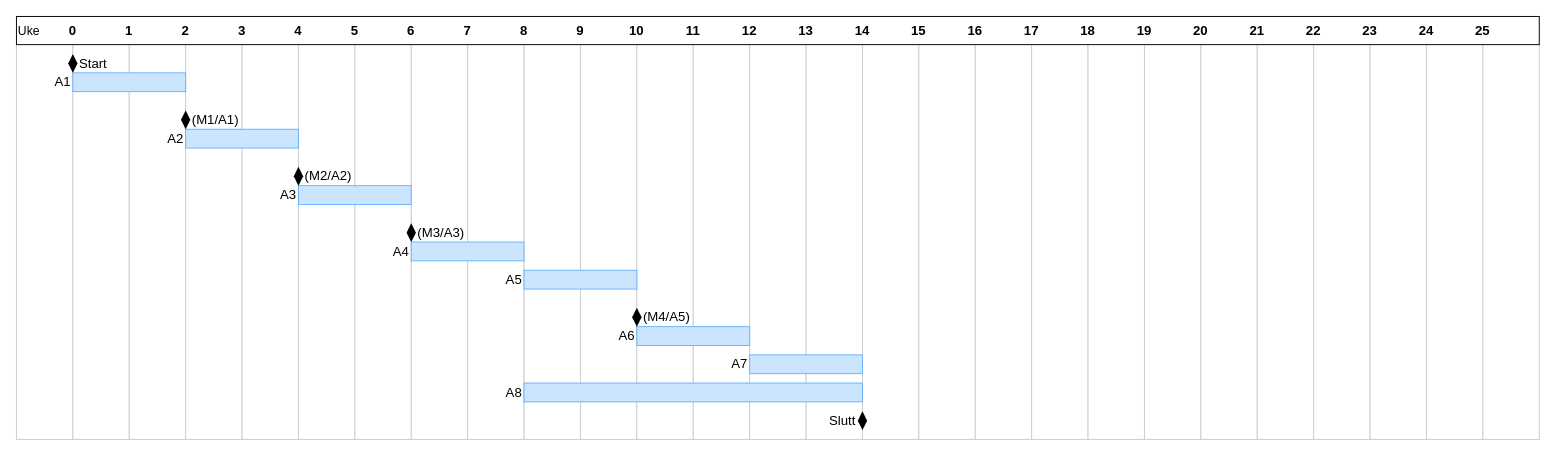
This is Untitled Diagram.drawio from Beornus/Systemutvikling, a draw.io file, before an edit. Source tidied: cells renumbered, new cells numbered last; positions are measured from the earlier drawing's top-left corner, leaving out a move shared by most shapes. Both pictures are drawn from the tidied source at 94%, with x=0, y=0 at pixel (16, 16).
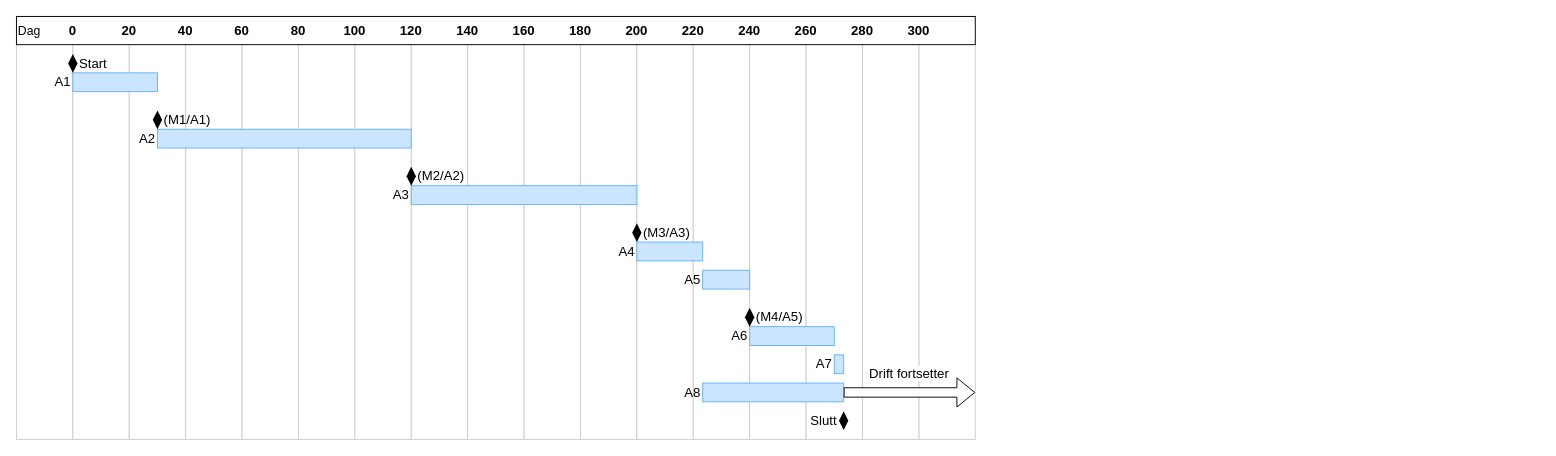
The same page after the edit.

What changed in the source:
```diff
@@
+    <mxCell id="26" style="align=left;strokeColor=#CCCCCC;html=1;" parent="1" vertex="1">
+      <mxGeometry x="960" width="60" height="450" as="geometry" />
+    </mxCell>
@@
     <mxCell id="14" style="rounded=0;whiteSpace=wrap;html=1;fontSize=14;strokeColor=#66B2FF;fillColor=#CCE5FF;" parent="1" vertex="1">
-      <mxGeometry x="60" y="60" width="120" height="20" as="geometry" />
+      <mxGeometry x="60" y="60" width="90" height="20" as="geometry" />
     </mxCell>
@@
     <mxCell id="18" style="rounded=0;whiteSpace=wrap;html=1;fontSize=14;strokeColor=#66B2FF;fillColor=#CCE5FF;" parent="1" vertex="1">
-      <mxGeometry x="180" y="120" width="120" height="20" as="geometry" />
+      <mxGeometry x="150" y="120" width="270" height="20" as="geometry" />
     </mxCell>
     <mxCell id="19" value="(M1/A1)" style="text;html=1;strokeColor=none;fillColor=none;align=left;verticalAlign=middle;whiteSpace=wrap;rounded=0;fontSize=14;" parent="1" vertex="1">
-      <mxGeometry x="185" y="100" width="40" height="20" as="geometry" />
+      <mxGeometry x="155" y="100" width="40" height="20" as="geometry" />
     </mxCell>
     <mxCell id="20" style="rhombus;whiteSpace=wrap;html=1;fontSize=14;fillColor=#000000;strokeColor=none;" parent="1" vertex="1">
-      <mxGeometry x="175" y="100" width="10" height="20" as="geometry" />
+      <mxGeometry x="145" y="100" width="10" height="20" as="geometry" />
     </mxCell>
     <mxCell id="21" value="A2" style="text;html=1;strokeColor=none;fillColor=none;align=right;verticalAlign=middle;whiteSpace=wrap;rounded=0;fontSize=14;" parent="1" vertex="1">
-      <mxGeometry x="140" y="120" width="40" height="20" as="geometry" />
+      <mxGeometry x="110" y="120" width="40" height="20" as="geometry" />
     </mxCell>
@@
-    <mxCell id="26" style="align=left;strokeColor=#CCCCCC;html=1;" parent="1" vertex="1">
-      <mxGeometry x="960" width="60" height="450" as="geometry" />
-    </mxCell>
-    <mxCell id="27" style="align=left;strokeColor=#CCCCCC;html=1;" parent="1" vertex="1">
-      <mxGeometry x="1020" width="60" height="450" as="geometry" />
-    </mxCell>
-    <mxCell id="28" style="align=left;strokeColor=#CCCCCC;html=1;" parent="1" vertex="1">
-      <mxGeometry x="1080" width="60" height="450" as="geometry" />
-    </mxCell>
-    <mxCell id="29" style="align=left;strokeColor=#CCCCCC;html=1;" parent="1" vertex="1">
-      <mxGeometry x="1140" width="60" height="450" as="geometry" />
-    </mxCell>
-    <mxCell id="30" style="align=left;strokeColor=#CCCCCC;html=1;" parent="1" vertex="1">
-      <mxGeometry x="1200" width="60" height="450" as="geometry" />
-    </mxCell>
-    <mxCell id="31" style="align=left;strokeColor=#CCCCCC;html=1;" parent="1" vertex="1">
-      <mxGeometry x="1260" width="60" height="450" as="geometry" />
-    </mxCell>
-    <mxCell id="32" style="align=left;strokeColor=#CCCCCC;html=1;" parent="1" vertex="1">
-      <mxGeometry x="1320" width="60" height="450" as="geometry" />
-    </mxCell>
-    <mxCell id="33" style="align=left;strokeColor=#CCCCCC;html=1;fontStyle=1;" parent="1" vertex="1">
-      <mxGeometry x="1380" width="60" height="450" as="geometry" />
-    </mxCell>
-    <mxCell id="34" style="align=left;strokeColor=#CCCCCC;html=1;fontStyle=1;" parent="1" vertex="1">
-      <mxGeometry x="1440" width="60" height="450" as="geometry" />
-    </mxCell>
-    <mxCell id="35" style="align=left;strokeColor=#CCCCCC;html=1;fontStyle=1;" parent="1" vertex="1">
-      <mxGeometry x="1500" width="60" height="450" as="geometry" />
-    </mxCell>
-    <mxCell id="36" style="align=left;strokeColor=#CCCCCC;html=1;fontStyle=1;" parent="1" vertex="1">
-      <mxGeometry x="1560" width="60" height="450" as="geometry" />
-    </mxCell>
-    <mxCell id="37" value="&lt;font style=&quot;font-size: 13px&quot;&gt;Uke&lt;/font&gt;" style="strokeWidth=1;fontStyle=0;html=1;align=left;" parent="1" vertex="1">
-      <mxGeometry width="1620" height="30" as="geometry" />
+    <mxCell id="37" value="&lt;font style=&quot;font-size: 13px&quot;&gt;Dag&lt;/font&gt;" style="strokeWidth=1;fontStyle=0;html=1;align=left;" parent="1" vertex="1">
+      <mxGeometry width="1020" height="30" as="geometry" />
     </mxCell>
@@
-    <mxCell id="39" value="1" style="text;html=1;strokeColor=none;fillColor=none;align=center;verticalAlign=middle;whiteSpace=wrap;rounded=0;fontStyle=1;fontSize=14;" parent="1" vertex="1">
+    <mxCell id="39" value="20" style="text;html=1;strokeColor=none;fillColor=none;align=center;verticalAlign=middle;whiteSpace=wrap;rounded=0;fontStyle=1;fontSize=14;" parent="1" vertex="1">
       <mxGeometry x="100" y="5" width="40" height="20" as="geometry" />
     </mxCell>
-    <mxCell id="40" value="2" style="text;html=1;strokeColor=none;fillColor=none;align=center;verticalAlign=middle;whiteSpace=wrap;rounded=0;fontStyle=1;fontSize=14;" parent="1" vertex="1">
+    <mxCell id="40" value="40" style="text;html=1;strokeColor=none;fillColor=none;align=center;verticalAlign=middle;whiteSpace=wrap;rounded=0;fontStyle=1;fontSize=14;" parent="1" vertex="1">
       <mxGeometry x="160" y="5" width="40" height="20" as="geometry" />
     </mxCell>
-    <mxCell id="41" value="3" style="text;html=1;strokeColor=none;fillColor=none;align=center;verticalAlign=middle;whiteSpace=wrap;rounded=0;fontStyle=1;fontSize=14;" parent="1" vertex="1">
+    <mxCell id="41" value="60" style="text;html=1;strokeColor=none;fillColor=none;align=center;verticalAlign=middle;whiteSpace=wrap;rounded=0;fontStyle=1;fontSize=14;" parent="1" vertex="1">
       <mxGeometry x="220" y="5" width="40" height="20" as="geometry" />
     </mxCell>
-    <mxCell id="42" value="4" style="text;html=1;strokeColor=none;fillColor=none;align=center;verticalAlign=middle;whiteSpace=wrap;rounded=0;fontStyle=1;fontSize=14;" parent="1" vertex="1">
+    <mxCell id="42" value="80" style="text;html=1;strokeColor=none;fillColor=none;align=center;verticalAlign=middle;whiteSpace=wrap;rounded=0;fontStyle=1;fontSize=14;" parent="1" vertex="1">
       <mxGeometry x="280" y="5" width="40" height="20" as="geometry" />
     </mxCell>
-    <mxCell id="43" value="5" style="text;html=1;strokeColor=none;fillColor=none;align=center;verticalAlign=middle;whiteSpace=wrap;rounded=0;fontStyle=1;fontSize=14;" parent="1" vertex="1">
+    <mxCell id="43" value="100" style="text;html=1;strokeColor=none;fillColor=none;align=center;verticalAlign=middle;whiteSpace=wrap;rounded=0;fontStyle=1;fontSize=14;" parent="1" vertex="1">
       <mxGeometry x="340" y="5" width="40" height="20" as="geometry" />
     </mxCell>
-    <mxCell id="44" value="6" style="text;html=1;strokeColor=none;fillColor=none;align=center;verticalAlign=middle;whiteSpace=wrap;rounded=0;fontStyle=1;fontSize=14;" parent="1" vertex="1">
+    <mxCell id="44" value="120" style="text;html=1;strokeColor=none;fillColor=none;align=center;verticalAlign=middle;whiteSpace=wrap;rounded=0;fontStyle=1;fontSize=14;" parent="1" vertex="1">
       <mxGeometry x="400" y="5" width="40" height="20" as="geometry" />
     </mxCell>
-    <mxCell id="45" value="7" style="text;html=1;strokeColor=none;fillColor=none;align=center;verticalAlign=middle;whiteSpace=wrap;rounded=0;fontStyle=1;fontSize=14;" parent="1" vertex="1">
+    <mxCell id="45" value="140" style="text;html=1;strokeColor=none;fillColor=none;align=center;verticalAlign=middle;whiteSpace=wrap;rounded=0;fontStyle=1;fontSize=14;" parent="1" vertex="1">
       <mxGeometry x="460" y="5" width="40" height="20" as="geometry" />
     </mxCell>
-    <mxCell id="46" value="8" style="text;html=1;strokeColor=none;fillColor=none;align=center;verticalAlign=middle;whiteSpace=wrap;rounded=0;fontStyle=1;fontSize=14;" parent="1" vertex="1">
+    <mxCell id="46" value="160" style="text;html=1;strokeColor=none;fillColor=none;align=center;verticalAlign=middle;whiteSpace=wrap;rounded=0;fontStyle=1;fontSize=14;" parent="1" vertex="1">
       <mxGeometry x="520" y="5" width="40" height="20" as="geometry" />
     </mxCell>
-    <mxCell id="47" value="9" style="text;html=1;strokeColor=none;fillColor=none;align=center;verticalAlign=middle;whiteSpace=wrap;rounded=0;fontStyle=1;fontSize=14;" parent="1" vertex="1">
+    <mxCell id="47" value="180" style="text;html=1;strokeColor=none;fillColor=none;align=center;verticalAlign=middle;whiteSpace=wrap;rounded=0;fontStyle=1;fontSize=14;" parent="1" vertex="1">
       <mxGeometry x="580" y="5" width="40" height="20" as="geometry" />
     </mxCell>
-    <mxCell id="48" value="10" style="text;html=1;strokeColor=none;fillColor=none;align=center;verticalAlign=middle;whiteSpace=wrap;rounded=0;fontStyle=1;fontSize=14;" parent="1" vertex="1">
+    <mxCell id="48" value="200" style="text;html=1;strokeColor=none;fillColor=none;align=center;verticalAlign=middle;whiteSpace=wrap;rounded=0;fontStyle=1;fontSize=14;" parent="1" vertex="1">
       <mxGeometry x="640" y="5" width="40" height="20" as="geometry" />
     </mxCell>
-    <mxCell id="49" value="11" style="text;html=1;strokeColor=none;fillColor=none;align=center;verticalAlign=middle;whiteSpace=wrap;rounded=0;fontStyle=1;fontSize=14;" parent="1" vertex="1">
+    <mxCell id="49" value="220" style="text;html=1;strokeColor=none;fillColor=none;align=center;verticalAlign=middle;whiteSpace=wrap;rounded=0;fontStyle=1;fontSize=14;" parent="1" vertex="1">
       <mxGeometry x="700" y="5" width="40" height="20" as="geometry" />
     </mxCell>
-    <mxCell id="50" value="12" style="text;html=1;strokeColor=none;fillColor=none;align=center;verticalAlign=middle;whiteSpace=wrap;rounded=0;fontStyle=1;fontSize=14;" parent="1" vertex="1">
+    <mxCell id="50" value="240" style="text;html=1;strokeColor=none;fillColor=none;align=center;verticalAlign=middle;whiteSpace=wrap;rounded=0;fontStyle=1;fontSize=14;" parent="1" vertex="1">
       <mxGeometry x="760" y="5" width="40" height="20" as="geometry" />
     </mxCell>
-    <mxCell id="51" value="13" style="text;html=1;strokeColor=none;fillColor=none;align=center;verticalAlign=middle;whiteSpace=wrap;rounded=0;fontStyle=1;fontSize=14;" parent="1" vertex="1">
+    <mxCell id="51" value="260" style="text;html=1;strokeColor=none;fillColor=none;align=center;verticalAlign=middle;whiteSpace=wrap;rounded=0;fontStyle=1;fontSize=14;" parent="1" vertex="1">
       <mxGeometry x="820" y="5" width="40" height="20" as="geometry" />
     </mxCell>
-    <mxCell id="52" value="14" style="text;html=1;strokeColor=none;fillColor=none;align=center;verticalAlign=middle;whiteSpace=wrap;rounded=0;fontStyle=1;fontSize=14;" parent="1" vertex="1">
+    <mxCell id="52" value="280" style="text;html=1;strokeColor=none;fillColor=none;align=center;verticalAlign=middle;whiteSpace=wrap;rounded=0;fontStyle=1;fontSize=14;" parent="1" vertex="1">
       <mxGeometry x="880" y="5" width="40" height="20" as="geometry" />
     </mxCell>
-    <mxCell id="53" value="15" style="text;html=1;strokeColor=none;fillColor=none;align=center;verticalAlign=middle;whiteSpace=wrap;rounded=0;fontStyle=1;fontSize=14;" parent="1" vertex="1">
-      <mxGeometry x="940" y="5" width="40" height="20" as="geometry" />
-    </mxCell>
-    <mxCell id="54" value="16" style="text;html=1;strokeColor=none;fillColor=none;align=center;verticalAlign=middle;whiteSpace=wrap;rounded=0;fontStyle=1;fontSize=14;" parent="1" vertex="1">
-      <mxGeometry x="1000" y="5" width="40" height="20" as="geometry" />
-    </mxCell>
-    <mxCell id="55" value="17" style="text;html=1;strokeColor=none;fillColor=none;align=center;verticalAlign=middle;whiteSpace=wrap;rounded=0;fontStyle=1;fontSize=14;" parent="1" vertex="1">
-      <mxGeometry x="1060" y="5" width="40" height="20" as="geometry" />
-    </mxCell>
-    <mxCell id="56" value="18" style="text;html=1;strokeColor=none;fillColor=none;align=center;verticalAlign=middle;whiteSpace=wrap;rounded=0;fontStyle=1;fontSize=14;" parent="1" vertex="1">
-      <mxGeometry x="1120" y="5" width="40" height="20" as="geometry" />
-    </mxCell>
-    <mxCell id="57" value="19" style="text;html=1;strokeColor=none;fillColor=none;align=center;verticalAlign=middle;whiteSpace=wrap;rounded=0;fontStyle=1;fontSize=14;" parent="1" vertex="1">
-      <mxGeometry x="1180" y="5" width="40" height="20" as="geometry" />
-    </mxCell>
-    <mxCell id="58" value="20" style="text;html=1;strokeColor=none;fillColor=none;align=center;verticalAlign=middle;whiteSpace=wrap;rounded=0;fontStyle=1;fontSize=14;" parent="1" vertex="1">
-      <mxGeometry x="1240" y="5" width="40" height="20" as="geometry" />
-    </mxCell>
-    <mxCell id="59" value="21" style="text;html=1;strokeColor=none;fillColor=none;align=center;verticalAlign=middle;whiteSpace=wrap;rounded=0;fontStyle=1;fontSize=14;" parent="1" vertex="1">
-      <mxGeometry x="1300" y="5" width="40" height="20" as="geometry" />
-    </mxCell>
-    <mxCell id="60" value="22" style="text;html=1;strokeColor=none;fillColor=none;align=center;verticalAlign=middle;whiteSpace=wrap;rounded=0;fontStyle=1;fontSize=14;" parent="1" vertex="1">
-      <mxGeometry x="1360" y="5" width="40" height="20" as="geometry" />
-    </mxCell>
-    <mxCell id="61" value="23" style="text;html=1;strokeColor=none;fillColor=none;align=center;verticalAlign=middle;whiteSpace=wrap;rounded=0;fontStyle=1;fontSize=14;" parent="1" vertex="1">
-      <mxGeometry x="1420" y="5" width="40" height="20" as="geometry" />
-    </mxCell>
-    <mxCell id="62" value="24" style="text;html=1;strokeColor=none;fillColor=none;align=center;verticalAlign=middle;whiteSpace=wrap;rounded=0;fontStyle=1;fontSize=14;" parent="1" vertex="1">
-      <mxGeometry x="1480" y="5" width="40" height="20" as="geometry" />
-    </mxCell>
-    <mxCell id="63" value="25" style="text;html=1;strokeColor=none;fillColor=none;align=center;verticalAlign=middle;whiteSpace=wrap;rounded=0;fontStyle=1;fontSize=14;" parent="1" vertex="1">
-      <mxGeometry x="1540" y="5" width="40" height="20" as="geometry" />
-    </mxCell>
     <mxCell id="64" style="rounded=0;whiteSpace=wrap;html=1;fontSize=14;strokeColor=#66B2FF;fillColor=#CCE5FF;" parent="1" vertex="1">
-      <mxGeometry x="300" y="180" width="120" height="20" as="geometry" />
+      <mxGeometry x="420" y="180" width="240" height="20" as="geometry" />
     </mxCell>
     <mxCell id="65" value="(M2/A2)" style="text;html=1;strokeColor=none;fillColor=none;align=left;verticalAlign=middle;whiteSpace=wrap;rounded=0;fontSize=14;" parent="1" vertex="1">
-      <mxGeometry x="305" y="160" width="40" height="20" as="geometry" />
+      <mxGeometry x="425" y="160" width="40" height="20" as="geometry" />
     </mxCell>
     <mxCell id="66" style="rhombus;whiteSpace=wrap;html=1;fontSize=14;fillColor=#000000;strokeColor=none;" parent="1" vertex="1">
-      <mxGeometry x="295" y="160" width="10" height="20" as="geometry" />
+      <mxGeometry x="415" y="160" width="10" height="20" as="geometry" />
     </mxCell>
     <mxCell id="67" value="A3" style="text;html=1;strokeColor=none;fillColor=none;align=right;verticalAlign=middle;whiteSpace=wrap;rounded=0;fontSize=14;" parent="1" vertex="1">
-      <mxGeometry x="260" y="180" width="40" height="20" as="geometry" />
+      <mxGeometry x="380" y="180" width="40" height="20" as="geometry" />
     </mxCell>
     <mxCell id="68" style="rounded=0;whiteSpace=wrap;html=1;fontSize=14;strokeColor=#66B2FF;fillColor=#CCE5FF;" parent="1" vertex="1">
-      <mxGeometry x="420" y="240" width="120" height="20" as="geometry" />
+      <mxGeometry x="660" y="240" width="70" height="20" as="geometry" />
     </mxCell>
     <mxCell id="69" value="(M3/A3)" style="text;html=1;strokeColor=none;fillColor=none;align=left;verticalAlign=middle;whiteSpace=wrap;rounded=0;fontSize=14;" parent="1" vertex="1">
-      <mxGeometry x="425" y="220" width="40" height="20" as="geometry" />
+      <mxGeometry x="665" y="220" width="40" height="20" as="geometry" />
     </mxCell>
     <mxCell id="70" style="rhombus;whiteSpace=wrap;html=1;fontSize=14;fillColor=#000000;strokeColor=none;" parent="1" vertex="1">
-      <mxGeometry x="415" y="220" width="10" height="20" as="geometry" />
+      <mxGeometry x="655" y="220" width="10" height="20" as="geometry" />
     </mxCell>
     <mxCell id="71" value="A4" style="text;html=1;strokeColor=none;fillColor=none;align=right;verticalAlign=middle;whiteSpace=wrap;rounded=0;fontSize=14;" parent="1" vertex="1">
-      <mxGeometry x="380" y="240" width="40" height="20" as="geometry" />
+      <mxGeometry x="620" y="240" width="40" height="20" as="geometry" />
     </mxCell>
     <mxCell id="72" style="rounded=0;whiteSpace=wrap;html=1;fontSize=14;strokeColor=#66B2FF;fillColor=#CCE5FF;" parent="1" vertex="1">
-      <mxGeometry x="540" y="270" width="120" height="20" as="geometry" />
+      <mxGeometry x="730" y="270" width="50" height="20" as="geometry" />
     </mxCell>
     <mxCell id="73" value="A5" style="text;html=1;strokeColor=none;fillColor=none;align=right;verticalAlign=middle;whiteSpace=wrap;rounded=0;fontSize=14;" parent="1" vertex="1">
-      <mxGeometry x="500" y="270" width="40" height="20" as="geometry" />
+      <mxGeometry x="690" y="270" width="40" height="20" as="geometry" />
     </mxCell>
     <mxCell id="74" style="rounded=0;whiteSpace=wrap;html=1;fontSize=14;strokeColor=#66B2FF;fillColor=#CCE5FF;" parent="1" vertex="1">
-      <mxGeometry x="660" y="330" width="120" height="20" as="geometry" />
+      <mxGeometry x="780" y="330" width="90" height="20" as="geometry" />
     </mxCell>
     <mxCell id="75" value="(M4/A5)" style="text;html=1;strokeColor=none;fillColor=none;align=left;verticalAlign=middle;whiteSpace=wrap;rounded=0;fontSize=14;" parent="1" vertex="1">
-      <mxGeometry x="665" y="310" width="40" height="20" as="geometry" />
+      <mxGeometry x="785" y="310" width="40" height="20" as="geometry" />
     </mxCell>
     <mxCell id="76" style="rhombus;whiteSpace=wrap;html=1;fontSize=14;fillColor=#000000;strokeColor=none;" parent="1" vertex="1">
-      <mxGeometry x="655" y="310" width="10" height="20" as="geometry" />
+      <mxGeometry x="775" y="310" width="10" height="20" as="geometry" />
     </mxCell>
     <mxCell id="77" value="A6" style="text;html=1;strokeColor=none;fillColor=none;align=right;verticalAlign=middle;whiteSpace=wrap;rounded=0;fontSize=14;" parent="1" vertex="1">
-      <mxGeometry x="620" y="330" width="40" height="20" as="geometry" />
+      <mxGeometry x="740" y="330" width="40" height="20" as="geometry" />
     </mxCell>
     <mxCell id="78" style="rounded=0;whiteSpace=wrap;html=1;fontSize=14;strokeColor=#66B2FF;fillColor=#CCE5FF;" parent="1" vertex="1">
-      <mxGeometry x="780" y="360" width="120" height="20" as="geometry" />
+      <mxGeometry x="870" y="360" width="10" height="20" as="geometry" />
     </mxCell>
     <mxCell id="79" value="A7" style="text;html=1;strokeColor=none;fillColor=none;align=right;verticalAlign=middle;whiteSpace=wrap;rounded=0;fontSize=14;" parent="1" vertex="1">
-      <mxGeometry x="740" y="360" width="40" height="20" as="geometry" />
+      <mxGeometry x="830" y="360" width="40" height="20" as="geometry" />
     </mxCell>
     <mxCell id="80" style="rounded=0;whiteSpace=wrap;html=1;fontSize=14;strokeColor=#66B2FF;fillColor=#CCE5FF;" parent="1" vertex="1">
-      <mxGeometry x="540" y="390" width="360" height="20" as="geometry" />
+      <mxGeometry x="730" y="390" width="150" height="20" as="geometry" />
     </mxCell>
     <mxCell id="81" value="A8" style="text;html=1;strokeColor=none;fillColor=none;align=right;verticalAlign=middle;whiteSpace=wrap;rounded=0;fontSize=14;" parent="1" vertex="1">
-      <mxGeometry x="500" y="390" width="40" height="20" as="geometry" />
+      <mxGeometry x="690" y="390" width="40" height="20" as="geometry" />
     </mxCell>
     <mxCell id="82" value="Slutt" style="text;html=1;strokeColor=none;fillColor=none;align=right;verticalAlign=middle;whiteSpace=wrap;rounded=0;fontSize=14;" parent="1" vertex="1">
-      <mxGeometry x="855" y="420" width="40" height="20" as="geometry" />
+      <mxGeometry x="835" y="420" width="40" height="20" as="geometry" />
     </mxCell>
     <mxCell id="83" style="rhombus;whiteSpace=wrap;html=1;fontSize=14;fillColor=#000000;strokeColor=none;" parent="1" vertex="1">
-      <mxGeometry x="895" y="420" width="10" height="20" as="geometry" />
+      <mxGeometry x="875" y="420" width="10" height="20" as="geometry" />
     </mxCell>
+    <mxCell id="84" style="shape=flexArrow;endArrow=classic;html=1;fontSize=14;labelBackgroundColor=#ffffff;fillColor=#ffffff;" parent="1" edge="1" source="80">
+      <mxGeometry relative="1" as="geometry">
+        <mxPoint x="1020" y="400" as="targetPoint" />
+      </mxGeometry>
+    </mxCell>
+    <mxCell id="85" value="Drift fortsetter" style="text;html=1;strokeColor=none;fillColor=none;align=center;verticalAlign=middle;whiteSpace=wrap;rounded=0;fontSize=14;labelBackgroundColor=#ffffff;" parent="1" vertex="1">
+      <mxGeometry x="900" y="370" width="100" height="20" as="geometry" />
+    </mxCell>
+    <mxCell id="86" value="300" style="text;html=1;strokeColor=none;fillColor=none;align=center;verticalAlign=middle;whiteSpace=wrap;rounded=0;fontStyle=1;fontSize=14;" parent="1" vertex="1">
+      <mxGeometry x="940" y="5" width="40" height="20" as="geometry" />
+    </mxCell>
```
